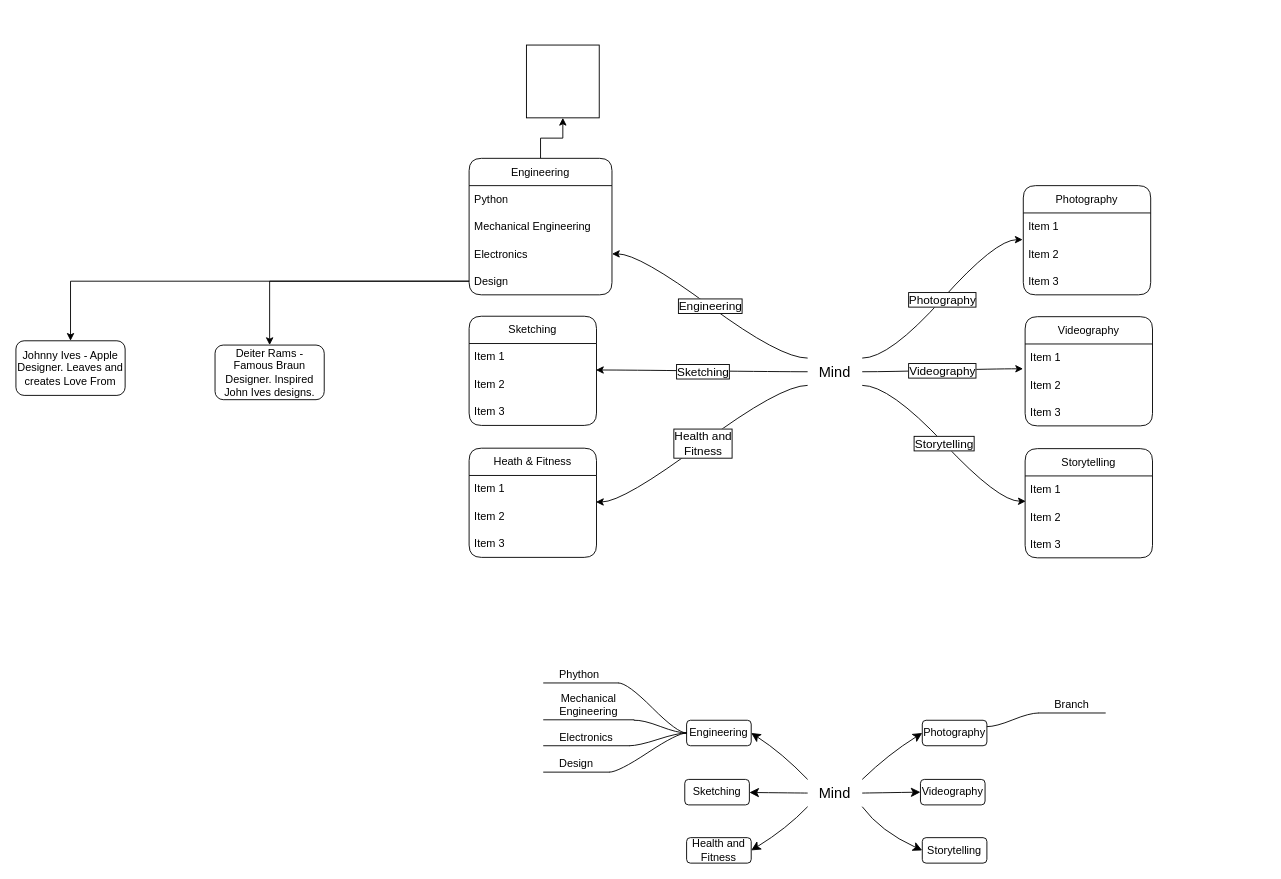
Above: My Mind.drawio in Tavoracho/Mind-Maps (draw.io), before the change. Source tidied: cells renumbered, new cells numbered last; positions are measured from the earlier drawing's top-left corner, leaving out a move shared by most shapes. Both pictures are drawn from the tidied source at 91%, with x=0, y=0 at pixel (15, 45).
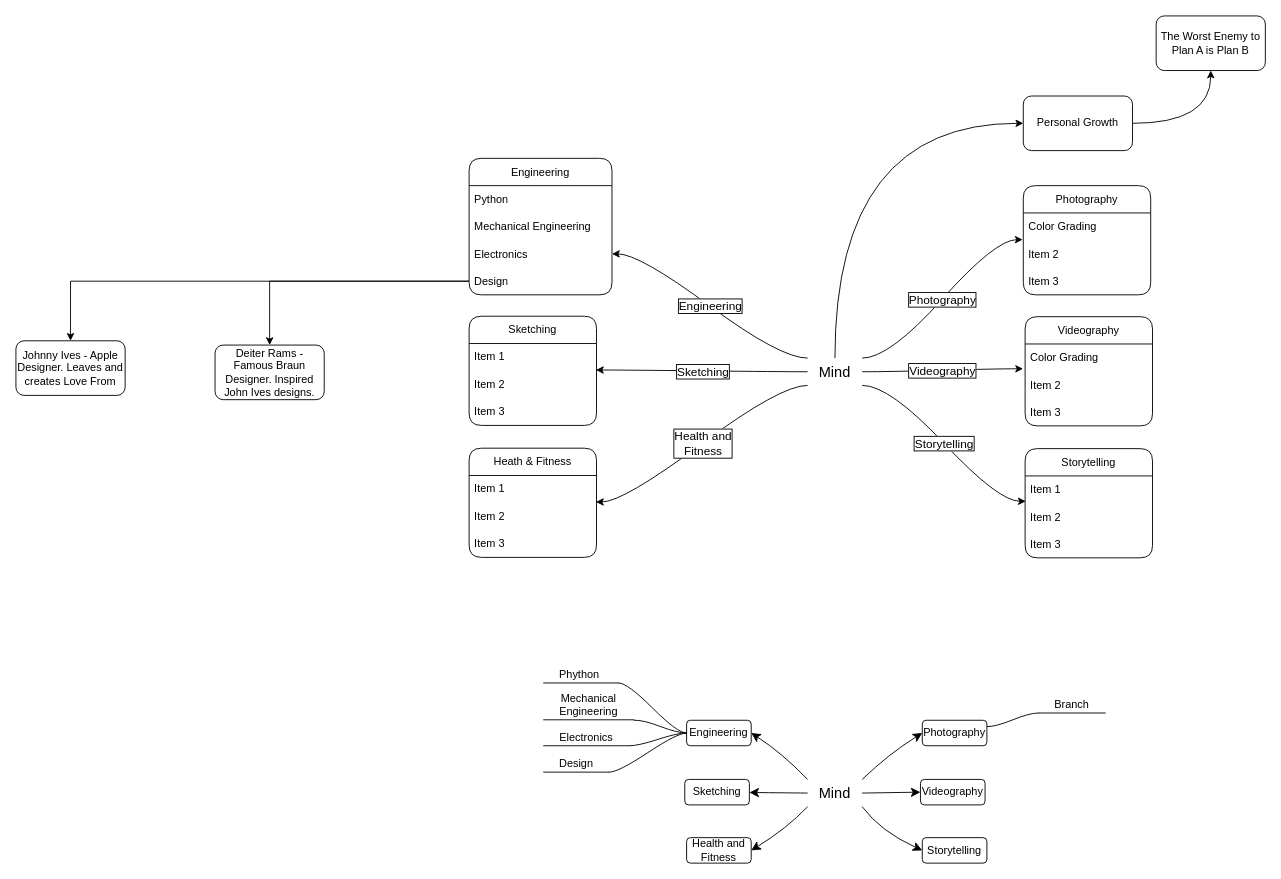
After the change.

Unchanged cells that the change refers to:
```xml
<mxCell id="25" value="Mind" style="text;html=1;align=center;verticalAlign=middle;whiteSpace=wrap;rounded=1;fontSize=16;labelBackgroundColor=none;" parent="1" vertex="1">
  <mxGeometry x="870" y="344" width="60" height="30" as="geometry" />
</mxCell>
<mxCell id="40" value="Videography" style="swimlane;fontStyle=0;horizontal=1;startSize=30;whiteSpace=wrap;html=1;rounded=1;strokeColor=default;align=center;verticalAlign=middle;fontFamily=Helvetica;fontSize=12;fontColor=default;fillColor=default;" parent="1" vertex="1">
  <mxGeometry x="1109" y="298.5" width="140" height="120" as="geometry" />
</mxCell>
<mxCell id="46" value="Photography" style="swimlane;fontStyle=0;horizontal=1;startSize=30;whiteSpace=wrap;html=1;rounded=1;strokeColor=default;align=center;verticalAlign=middle;fontFamily=Helvetica;fontSize=12;fontColor=default;fillColor=default;" parent="1" vertex="1">
  <mxGeometry x="1107" y="154.5" width="140" height="120" as="geometry" />
</mxCell>
<mxCell id="59" value="Engineering" style="swimlane;fontStyle=0;horizontal=1;startSize=30;whiteSpace=wrap;html=1;rounded=1;strokeColor=default;align=center;verticalAlign=middle;fontFamily=Helvetica;fontSize=12;fontColor=default;fillColor=default;" parent="1" vertex="1">
  <mxGeometry x="498" y="124.5" width="157" height="150" as="geometry" />
</mxCell>
```

The edit, as a diff of the source:
```diff
@@
+    <mxCell id="69" style="edgeStyle=orthogonalEdgeStyle;rounded=0;jettySize=auto;html=1;curved=1;strokeWidth=1;entryX=0;entryY=0.5;entryDx=0;entryDy=0;exitX=0.5;exitY=0;exitDx=0;exitDy=0;" parent="1" edge="1" source="25" target="72">
+      <mxGeometry relative="1" as="geometry" />
+    </mxCell>
@@
-    <mxCell id="41" value="Item 1" style="text;strokeColor=none;fillColor=none;align=left;verticalAlign=middle;spacingLeft=4;spacingRight=4;overflow=hidden;whiteSpace=wrap;html=1;rounded=1;fontFamily=Helvetica;fontSize=12;fontColor=default;fontStyle=0;" parent="40" vertex="1">
+    <mxCell id="41" value="Color Grading" style="text;strokeColor=none;fillColor=none;align=left;verticalAlign=middle;spacingLeft=4;spacingRight=4;overflow=hidden;whiteSpace=wrap;html=1;rounded=1;fontFamily=Helvetica;fontSize=12;fontColor=default;fontStyle=0;" parent="40" vertex="1">
       <mxGeometry y="30" width="140" height="30" as="geometry" />
     </mxCell>
@@
-    <mxCell id="47" value="Item 1" style="text;strokeColor=none;fillColor=none;align=left;verticalAlign=middle;spacingLeft=4;spacingRight=4;overflow=hidden;whiteSpace=wrap;html=1;rounded=1;fontFamily=Helvetica;fontSize=12;fontColor=default;fontStyle=0;" parent="46" vertex="1">
+    <mxCell id="47" value="Color Grading" style="text;strokeColor=none;fillColor=none;align=left;verticalAlign=middle;spacingLeft=4;spacingRight=4;overflow=hidden;whiteSpace=wrap;html=1;rounded=1;fontFamily=Helvetica;fontSize=12;fontColor=default;fontStyle=0;" parent="46" vertex="1">
       <mxGeometry y="30" width="140" height="30" as="geometry" />
     </mxCell>
@@
-    <mxCell id="58" style="edgeStyle=orthogonalEdgeStyle;rounded=0;jettySize=auto;html=1;" parent="1" edge="1" source="59" target="68">
-      <mxGeometry relative="1" as="geometry" />
-    </mxCell>
@@
-    <mxCell id="68" style="whiteSpace=wrap;html=1;" parent="1" vertex="1">
-      <mxGeometry x="561" width="80" height="80" as="geometry" />
-    </mxCell>
+    <mxCell id="70" style="edgeStyle=orthogonalEdgeStyle;rounded=0;jettySize=auto;html=1;curved=1;entryX=0.5;entryY=1;entryDx=0;entryDy=0;exitX=1;exitY=0.5;exitDx=0;exitDy=0;" parent="1" edge="1" source="72" target="71">
+      <mxGeometry relative="1" as="geometry" />
+    </mxCell>
+    <mxCell id="71" value="The Worst Enemy to Plan A is Plan B" style="rounded=1;whiteSpace=wrap;html=1;" parent="1" vertex="1">
+      <mxGeometry x="1253" y="-32" width="120" height="60" as="geometry" />
+    </mxCell>
+    <mxCell id="72" value="Personal Growth" style="rounded=1;whiteSpace=wrap;html=1;" parent="1" vertex="1">
+      <mxGeometry x="1107" y="56" width="120" height="60" as="geometry" />
+    </mxCell>
```
